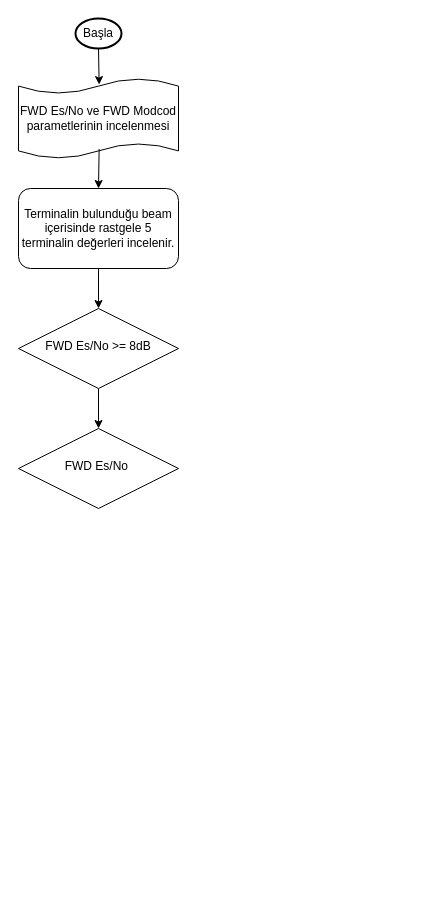
Earlier version of the draw.io diagram Başlıksız Diyagram.drawio (naakgash/draws). Source tidied: cells renumbered, new cells numbered last; positions are measured from the earlier drawing's top-left corner, leaving out a move shared by most shapes. Both pictures are drawn from the tidied source at 100%, with x=0, y=0 at pixel (18, 18).
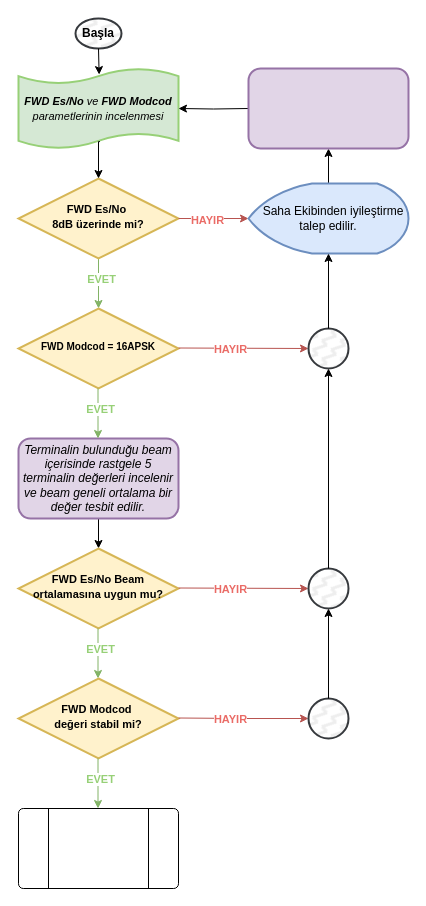
The same page after the edit.

Commit message:
FWD-EsNo-Modcod

Change to the diagram source:
```diff
@@
-<mxGraphModel>
+<mxGraphModel background="#ffffff">
@@
-    <mxCell id="2" style="edgeStyle=orthogonalEdgeStyle;rounded=0;jettySize=auto;html=1;exitX=0.5;exitY=1;exitDx=0;exitDy=0;entryX=0.5;entryY=0;entryDx=0;entryDy=0;" parent="1" edge="1" source="3" target="5">
-      <mxGeometry relative="1" as="geometry" />
-    </mxCell>
+    <mxCell id="11" style="edgeStyle=orthogonalEdgeStyle;rounded=0;jettySize=auto;html=1;exitX=0.5;exitY=1;exitDx=0;exitDy=0;entryX=0.5;entryY=0;entryDx=0;entryDy=0;" parent="1" edge="1" source="3" target="7">
+      <mxGeometry relative="1" as="geometry" />
+    </mxCell>
-    <mxCell id="3" value="Terminalin bulunduğu beam içerisinde rastgele 5 terminalin değerleri incelenir." style="rounded=1;whiteSpace=wrap;html=1;fontSize=12;glass=0;strokeWidth=1;shadow=0;" parent="1" vertex="1">
-      <mxGeometry y="170" width="160" height="80" as="geometry" />
+    <mxCell id="3" value="&lt;i&gt;&lt;font&gt;Terminalin bulunduğu beam içerisinde rastgele 5 terminalin değerleri incelenir ve beam geneli ortalama bir değer tesbit edilir.&lt;/font&gt;&lt;/i&gt;" style="rounded=1;whiteSpace=wrap;html=1;fontSize=12;glass=0;strokeWidth=2;shadow=0;fillColor=#e1d5e7;strokeColor=#9673a6;" parent="1" vertex="1">
+      <mxGeometry y="420" width="160" height="80" as="geometry" />
     </mxCell>
-    <mxCell id="4" style="edgeStyle=orthogonalEdgeStyle;rounded=0;jettySize=auto;html=1;exitX=0.5;exitY=1;exitDx=0;exitDy=0;entryX=0.5;entryY=0;entryDx=0;entryDy=0;" parent="1" edge="1" source="5" target="7">
-      <mxGeometry relative="1" as="geometry" />
-    </mxCell>
+    <mxCell id="12" style="edgeStyle=orthogonalEdgeStyle;rounded=0;jettySize=auto;html=1;exitX=0.5;exitY=1;exitDx=0;exitDy=0;entryX=0.5;entryY=0;entryDx=0;entryDy=0;fillColor=#d5e8d4;strokeColor=#82b366;" parent="1" edge="1" source="5" target="14">
+      <mxGeometry relative="1" as="geometry" />
+    </mxCell>
+    <mxCell id="13" value="EVET" style="edgeLabel;html=1;align=center;verticalAlign=middle;fontStyle=1;fontColor=#97D077;" parent="12" vertex="1">
+      <mxGeometry x="-0.29" y="2" relative="1" as="geometry">
+        <mxPoint y="2" as="offset" />
+      </mxGeometry>
+    </mxCell>
-    <mxCell id="5" value="FWD Es/No &amp;gt;= 8dB" style="rhombus;whiteSpace=wrap;html=1;shadow=0;fontFamily=Helvetica;fontSize=12;align=center;strokeWidth=1;spacing=6;spacingTop=-4;" parent="1" vertex="1">
-      <mxGeometry y="290" width="160" height="80" as="geometry" />
+    <mxCell id="5" value="&lt;font style=&quot;font-size: 11px;&quot;&gt;&lt;b&gt;FWD Es/No&amp;nbsp;&lt;/b&gt;&lt;/font&gt;&lt;div&gt;&lt;span style=&quot;font-size: 11px; background-color: transparent; color: light-dark(rgb(0, 0, 0), rgb(255, 255, 255));&quot;&gt;&lt;b&gt;8dB üzerinde mi?&lt;/b&gt;&lt;/span&gt;&lt;/div&gt;" style="rhombus;whiteSpace=wrap;html=1;shadow=0;fontFamily=Helvetica;fontSize=12;align=center;strokeWidth=2;spacing=6;spacingTop=-4;fillColor=#fff2cc;strokeColor=#d6b656;" parent="1" vertex="1">
+      <mxGeometry y="160" width="160" height="80" as="geometry" />
     </mxCell>
-    <mxCell id="6" value="Başla" style="strokeWidth=2;html=1;shape=mxgraph.flowchart.start_1;whiteSpace=wrap;" parent="1" vertex="1">
+    <mxCell id="6" value="&lt;b&gt;Başla&lt;/b&gt;" style="strokeWidth=2;html=1;shape=mxgraph.flowchart.start_1;whiteSpace=wrap;fillColor=#eeeeee;strokeColor=#36393d;fillStyle=zigzag-line;" parent="1" vertex="1">
       <mxGeometry x="57" width="46" height="30" as="geometry" />
     </mxCell>
-    <mxCell id="7" value="FWD Es/No&amp;nbsp;" style="rhombus;whiteSpace=wrap;html=1;shadow=0;fontFamily=Helvetica;fontSize=12;align=center;strokeWidth=1;spacing=6;spacingTop=-4;" parent="1" vertex="1">
-      <mxGeometry y="410" width="160" height="80" as="geometry" />
+    <mxCell id="7" value="&lt;font style=&quot;font-size: 11px;&quot;&gt;&lt;b&gt;FWD Es/No Beam ortalamasına uygun mu?&lt;/b&gt;&lt;/font&gt;" style="rhombus;whiteSpace=wrap;html=1;shadow=0;fontFamily=Helvetica;fontSize=12;align=center;strokeWidth=2;spacing=6;spacingTop=-4;fillColor=#fff2cc;strokeColor=#d6b656;" parent="1" vertex="1">
+      <mxGeometry y="530" width="160" height="80" as="geometry" />
     </mxCell>
-    <mxCell id="8" value="FWD Es/No ve FWD Modcod parametlerinin incelenmesi" style="shape=tape;whiteSpace=wrap;html=1;strokeWidth=1;size=0.19;" parent="1" vertex="1">
-      <mxGeometry y="60" width="160" height="80" as="geometry" />
+    <mxCell id="8" value="&lt;i&gt;&lt;font style=&quot;font-size: 11px;&quot;&gt;&lt;b&gt;FWD Es/No&lt;/b&gt; ve &lt;b&gt;FWD Modcod&lt;/b&gt; parametlerinin incelenmesi&lt;/font&gt;&lt;/i&gt;" style="shape=tape;whiteSpace=wrap;html=1;strokeWidth=2;size=0.19;fillColor=#d5e8d4;strokeColor=#97D077;" parent="1" vertex="1">
+      <mxGeometry y="50" width="160" height="80" as="geometry" />
     </mxCell>
@@
-    <mxCell id="10" style="edgeStyle=orthogonalEdgeStyle;rounded=0;jettySize=auto;html=1;exitX=0.504;exitY=0.882;exitDx=0;exitDy=0;entryX=0.5;entryY=0;entryDx=0;entryDy=0;exitPerimeter=0;" parent="1" edge="1" source="8" target="3">
-      <mxGeometry relative="1" as="geometry" />
-    </mxCell>
+    <mxCell id="14" value="&lt;font style=&quot;font-size: 10px;&quot;&gt;&lt;b&gt;FWD Modcod = 16APSK&lt;/b&gt;&lt;/font&gt;" style="rhombus;whiteSpace=wrap;html=1;shadow=0;fontFamily=Helvetica;fontSize=12;align=center;strokeWidth=2;spacing=6;spacingTop=-4;fillColor=#fff2cc;strokeColor=#d6b656;" parent="1" vertex="1">
+      <mxGeometry y="290" width="160" height="80" as="geometry" />
+    </mxCell>
+    <mxCell id="15" style="edgeStyle=orthogonalEdgeStyle;rounded=0;jettySize=auto;html=1;exitX=0.509;exitY=0.914;exitDx=0;exitDy=0;entryX=0.5;entryY=0;entryDx=0;entryDy=0;exitPerimeter=0;" parent="1" edge="1" source="8" target="5">
+      <mxGeometry relative="1" as="geometry" />
+    </mxCell>
+    <mxCell id="16" style="edgeStyle=orthogonalEdgeStyle;rounded=0;jettySize=auto;html=1;exitX=0;exitY=0.5;exitDx=0;exitDy=0;entryX=1;entryY=0.5;entryDx=0;entryDy=0;entryPerimeter=0;" parent="1" edge="1" target="8">
+      <mxGeometry relative="1" as="geometry">
+        <mxPoint x="230" y="90" as="sourcePoint" />
+      </mxGeometry>
+    </mxCell>
+    <mxCell id="17" style="edgeStyle=orthogonalEdgeStyle;rounded=0;jettySize=auto;html=1;exitX=1;exitY=0.5;exitDx=0;exitDy=0;entryX=0;entryY=0.375;entryDx=0;entryDy=0;entryPerimeter=0;fillColor=#f8cecc;strokeColor=#b85450;" parent="1" edge="1" source="5">
+      <mxGeometry relative="1" as="geometry">
+        <mxPoint x="230" y="200" as="targetPoint" />
+      </mxGeometry>
+    </mxCell>
+    <mxCell id="18" value="HAYIR" style="edgeLabel;html=1;align=center;verticalAlign=middle;fontColor=#EA6B66;fontStyle=1;" parent="17" vertex="1">
+      <mxGeometry x="-0.2" y="-1" relative="1" as="geometry" />
+    </mxCell>
+    <mxCell id="19" style="edgeStyle=orthogonalEdgeStyle;rounded=0;orthogonalLoop=1;jettySize=auto;html=1;exitX=0.5;exitY=1;exitDx=0;exitDy=0;entryX=0.5;entryY=0;entryDx=0;entryDy=0;fillColor=#d5e8d4;strokeColor=#82b366;" parent="1" edge="1">
+      <mxGeometry relative="1" as="geometry">
+        <mxPoint x="79.5" y="370" as="sourcePoint" />
+        <mxPoint x="79.5" y="420" as="targetPoint" />
+      </mxGeometry>
+    </mxCell>
+    <mxCell id="20" value="EVET" style="edgeLabel;html=1;align=center;verticalAlign=middle;fontStyle=1;fontColor=#97D077;" parent="19" vertex="1">
+      <mxGeometry x="-0.29" y="2" relative="1" as="geometry">
+        <mxPoint y="2" as="offset" />
+      </mxGeometry>
+    </mxCell>
+    <mxCell id="21" style="edgeStyle=orthogonalEdgeStyle;rounded=0;jettySize=auto;html=1;exitX=1;exitY=0.5;exitDx=0;exitDy=0;entryX=0;entryY=0.5;entryDx=0;entryDy=0;entryPerimeter=0;fillColor=#f8cecc;strokeColor=#b85450;" parent="1" edge="1" target="26">
+      <mxGeometry relative="1" as="geometry">
+        <mxPoint x="160" y="329.5" as="sourcePoint" />
+      </mxGeometry>
+    </mxCell>
+    <mxCell id="22" value="HAYIR" style="edgeLabel;html=1;align=center;verticalAlign=middle;fontColor=#EA6B66;fontStyle=1;" parent="21" vertex="1">
+      <mxGeometry x="-0.2" y="-1" relative="1" as="geometry" />
+    </mxCell>
+    <mxCell id="23" style="edgeStyle=orthogonalEdgeStyle;rounded=0;jettySize=auto;html=1;exitX=0.5;exitY=0;exitDx=0;exitDy=0;exitPerimeter=0;entryX=0.5;entryY=1;entryDx=0;entryDy=0;" parent="1" edge="1" source="24" target="25">
+      <mxGeometry relative="1" as="geometry" />
+    </mxCell>
+    <mxCell id="24" value="&amp;nbsp; &amp;nbsp;Saha Ekibinden iyileştirme talep edilir." style="strokeWidth=2;html=1;shape=mxgraph.flowchart.display;whiteSpace=wrap;fillColor=#dae8fc;strokeColor=#6c8ebf;" parent="1" vertex="1">
+      <mxGeometry x="230" y="165" width="160" height="70" as="geometry" />
+    </mxCell>
+    <mxCell id="25" style="rounded=1;whiteSpace=wrap;html=1;fontSize=12;glass=0;strokeWidth=2;shadow=0;fillColor=#e1d5e7;strokeColor=#9673a6;" parent="1" vertex="1">
+      <mxGeometry x="230" y="50" width="160" height="80" as="geometry" />
+    </mxCell>
+    <mxCell id="26" style="strokeWidth=2;html=1;shape=mxgraph.flowchart.start_2;whiteSpace=wrap;fillColor=#eeeeee;strokeColor=#36393d;gradientColor=none;fillStyle=zigzag-line;" parent="1" vertex="1">
+      <mxGeometry x="290" y="310" width="40" height="40" as="geometry" />
+    </mxCell>
+    <mxCell id="27" style="edgeStyle=orthogonalEdgeStyle;rounded=0;orthogonalLoop=1;jettySize=auto;html=1;exitX=0.5;exitY=1;exitDx=0;exitDy=0;entryX=0.5;entryY=0;entryDx=0;entryDy=0;fillColor=#d5e8d4;strokeColor=#82b366;" parent="1" edge="1">
+      <mxGeometry relative="1" as="geometry">
+        <mxPoint x="79.5" y="610" as="sourcePoint" />
+        <mxPoint x="79.5" y="660" as="targetPoint" />
+      </mxGeometry>
+    </mxCell>
+    <mxCell id="28" value="EVET" style="edgeLabel;html=1;align=center;verticalAlign=middle;fontStyle=1;fontColor=#97D077;" parent="27" vertex="1">
+      <mxGeometry x="-0.29" y="2" relative="1" as="geometry">
+        <mxPoint y="2" as="offset" />
+      </mxGeometry>
+    </mxCell>
+    <mxCell id="29" style="edgeStyle=orthogonalEdgeStyle;rounded=0;jettySize=auto;html=1;exitX=1;exitY=0.5;exitDx=0;exitDy=0;entryX=0;entryY=0.5;entryDx=0;entryDy=0;entryPerimeter=0;fillColor=#f8cecc;strokeColor=#b85450;" parent="1" edge="1" target="31">
+      <mxGeometry relative="1" as="geometry">
+        <mxPoint x="160" y="569.5" as="sourcePoint" />
+      </mxGeometry>
+    </mxCell>
+    <mxCell id="30" value="HAYIR" style="edgeLabel;html=1;align=center;verticalAlign=middle;fontColor=#EA6B66;fontStyle=1;" parent="29" vertex="1">
+      <mxGeometry x="-0.2" y="-1" relative="1" as="geometry" />
+    </mxCell>
+    <mxCell id="31" style="strokeWidth=2;html=1;shape=mxgraph.flowchart.start_2;whiteSpace=wrap;fillColor=#eeeeee;strokeColor=#36393d;fillStyle=zigzag-line;" parent="1" vertex="1">
+      <mxGeometry x="290" y="550" width="40" height="40" as="geometry" />
+    </mxCell>
+    <mxCell id="32" style="edgeStyle=orthogonalEdgeStyle;rounded=0;jettySize=auto;html=1;exitX=0.5;exitY=0;exitDx=0;exitDy=0;exitPerimeter=0;entryX=0.5;entryY=1;entryDx=0;entryDy=0;entryPerimeter=0;" parent="1" edge="1" source="31" target="26">
+      <mxGeometry relative="1" as="geometry" />
+    </mxCell>
+    <mxCell id="33" style="edgeStyle=orthogonalEdgeStyle;rounded=0;jettySize=auto;html=1;exitX=0.5;exitY=0;exitDx=0;exitDy=0;exitPerimeter=0;entryX=0.5;entryY=1;entryDx=0;entryDy=0;entryPerimeter=0;" parent="1" edge="1" source="26" target="24">
+      <mxGeometry relative="1" as="geometry" />
+    </mxCell>
+    <mxCell id="34" value="&lt;font style=&quot;font-size: 11px;&quot;&gt;&lt;b&gt;FWD Modcod&amp;nbsp;&lt;/b&gt;&lt;/font&gt;&lt;div&gt;&lt;font style=&quot;font-size: 11px;&quot;&gt;&lt;b&gt;değeri stabil mi?&lt;/b&gt;&lt;/font&gt;&lt;/div&gt;" style="rhombus;whiteSpace=wrap;html=1;shadow=0;fontFamily=Helvetica;fontSize=12;align=center;strokeWidth=2;spacing=6;spacingTop=-4;fillColor=#fff2cc;strokeColor=#d6b656;" parent="1" vertex="1">
+      <mxGeometry y="660" width="160" height="80" as="geometry" />
+    </mxCell>
+    <mxCell id="35" style="edgeStyle=orthogonalEdgeStyle;rounded=0;orthogonalLoop=1;jettySize=auto;html=1;exitX=1;exitY=0.5;exitDx=0;exitDy=0;entryX=0;entryY=0.5;entryDx=0;entryDy=0;entryPerimeter=0;fillColor=#f8cecc;strokeColor=#b85450;" parent="1" edge="1">
+      <mxGeometry relative="1" as="geometry">
+        <mxPoint x="160" y="699.5" as="sourcePoint" />
+        <mxPoint x="290" y="700" as="targetPoint" />
+      </mxGeometry>
+    </mxCell>
+    <mxCell id="36" value="HAYIR" style="edgeLabel;html=1;align=center;verticalAlign=middle;fontColor=#EA6B66;fontStyle=1;" parent="35" vertex="1">
+      <mxGeometry x="-0.2" y="-1" relative="1" as="geometry" />
+    </mxCell>
+    <mxCell id="37" style="strokeWidth=2;html=1;shape=mxgraph.flowchart.start_2;whiteSpace=wrap;fillColor=#eeeeee;strokeColor=#36393d;fillStyle=zigzag-line;" parent="1" vertex="1">
+      <mxGeometry x="290" y="680" width="40" height="40" as="geometry" />
+    </mxCell>
+    <mxCell id="38" style="edgeStyle=orthogonalEdgeStyle;rounded=0;jettySize=auto;html=1;exitX=0.5;exitY=0;exitDx=0;exitDy=0;exitPerimeter=0;entryX=0.5;entryY=1;entryDx=0;entryDy=0;entryPerimeter=0;" parent="1" edge="1" source="37" target="31">
+      <mxGeometry relative="1" as="geometry" />
+    </mxCell>
+    <mxCell id="39" style="edgeStyle=orthogonalEdgeStyle;rounded=0;orthogonalLoop=1;jettySize=auto;html=1;exitX=0.5;exitY=1;exitDx=0;exitDy=0;entryX=0.5;entryY=0;entryDx=0;entryDy=0;fillColor=#d5e8d4;strokeColor=#82b366;" parent="1" edge="1">
+      <mxGeometry relative="1" as="geometry">
+        <mxPoint x="79.5" y="740" as="sourcePoint" />
+        <mxPoint x="79.5" y="790" as="targetPoint" />
+      </mxGeometry>
+    </mxCell>
+    <mxCell id="40" value="EVET" style="edgeLabel;html=1;align=center;verticalAlign=middle;fontStyle=1;fontColor=#97D077;" parent="39" vertex="1">
+      <mxGeometry x="-0.29" y="2" relative="1" as="geometry">
+        <mxPoint y="2" as="offset" />
+      </mxGeometry>
+    </mxCell>
+    <mxCell id="41" style="verticalLabelPosition=bottom;verticalAlign=top;html=1;shape=process;whiteSpace=wrap;rounded=1;size=0.1875;arcSize=6;" parent="1" vertex="1">
+      <mxGeometry y="790" width="160" height="80" as="geometry" />
+    </mxCell>
```
